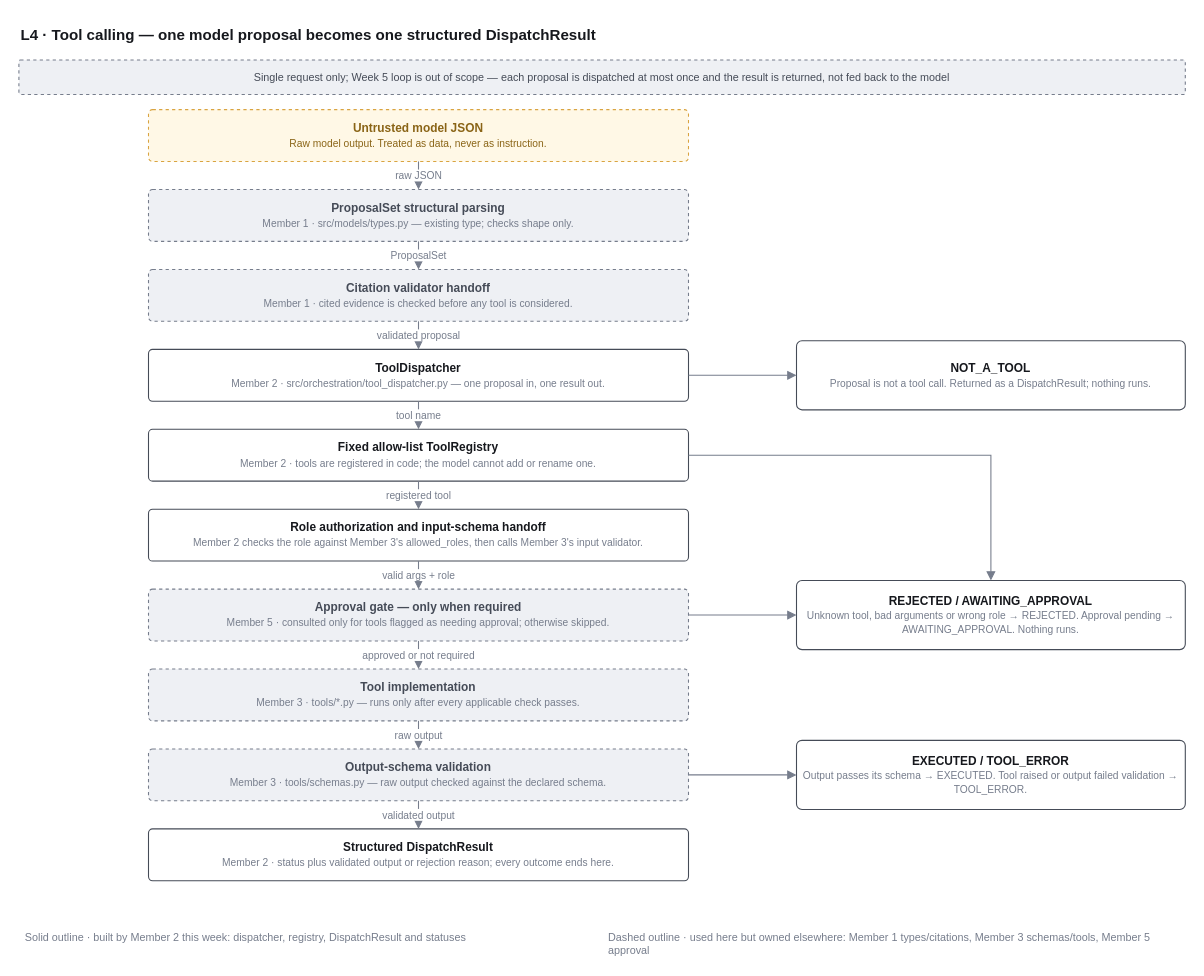
Above: page "L4 · Tool calling" (5 of 5) of docs/architecture/qa-agent-architecture (1).drawio in SelinaMasembe/Software-engineering-QA-agent (draw.io), before the change. Source tidied: cells renumbered, new cells numbered last; positions are measured from the earlier drawing's top-left corner, leaving out a move shared by most shapes. Both pictures are drawn from the tidied source at 108%, with x=0, y=0 at pixel (18, 18).
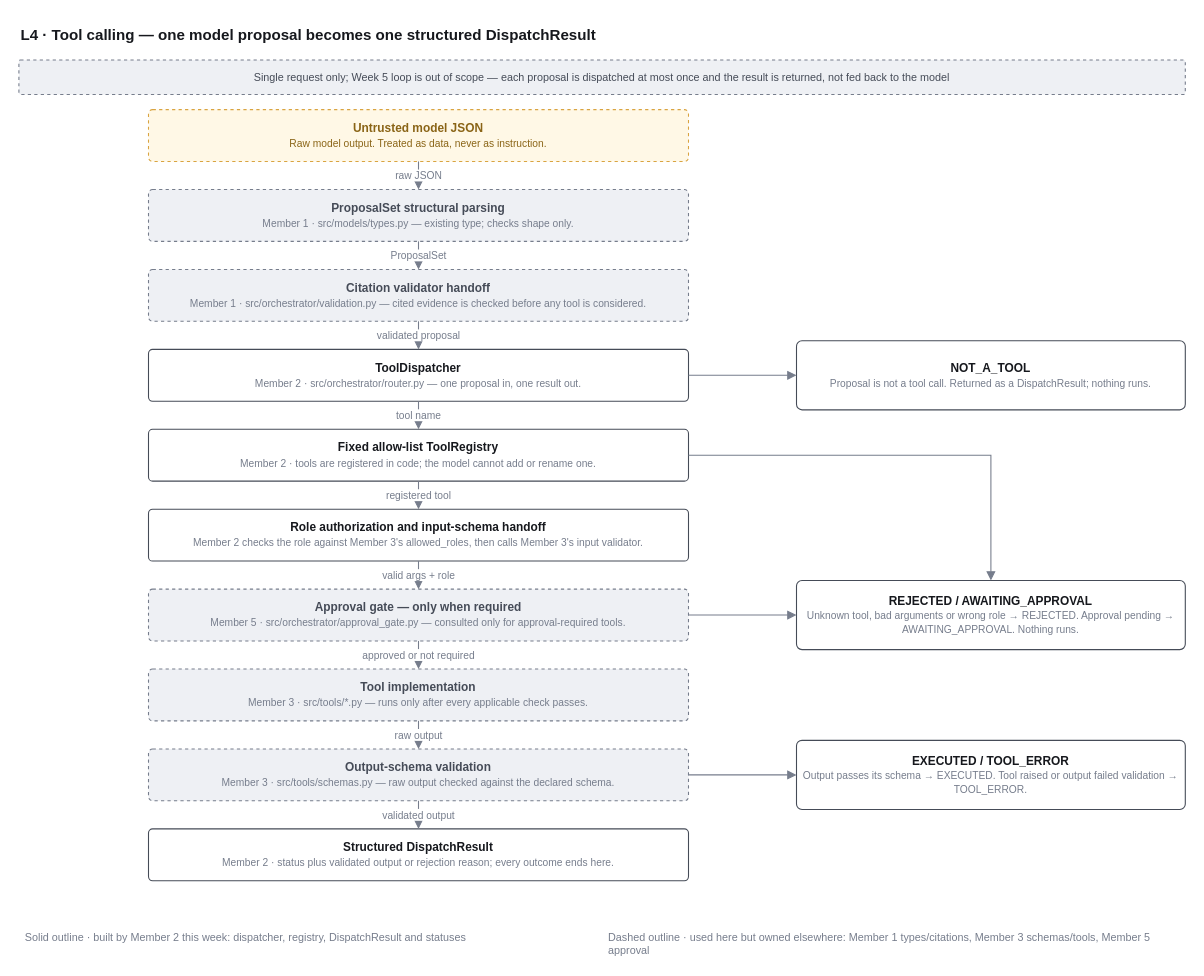
The same diagram, later.

Commit message (it also covers changes not shown here):
Align tool architecture with project structure

The edit, as a diff of the source:
```diff
@@
-    <mxCell id="6" value="&lt;b&gt;Citation validator handoff&lt;/b&gt;&lt;br&gt;&lt;font style=&quot;font-size:9.5px&quot; color=&quot;#767d8c&quot;&gt;Member 1 · cited evidence is checked before any tool is considered.&lt;/font&gt;" style="rounded=1;whiteSpace=wrap;html=1;arcSize=8;fontSize=11;align=center;verticalAlign=middle;spacing=4;fillColor=#eef0f4;strokeColor=#767d8c;dashed=1;fontColor=#454b57;" parent="1" vertex="1">
+    <mxCell id="6" value="&lt;b&gt;Citation validator handoff&lt;/b&gt;&lt;br&gt;&lt;font style=&quot;font-size:9.5px&quot; color=&quot;#767d8c&quot;&gt;Member 1 · src/orchestrator/validation.py — cited evidence is checked before any tool is considered.&lt;/font&gt;" style="rounded=1;whiteSpace=wrap;html=1;arcSize=8;fontSize=11;align=center;verticalAlign=middle;spacing=4;fillColor=#eef0f4;strokeColor=#767d8c;dashed=1;fontColor=#454b57;" parent="1" vertex="1">
       <mxGeometry x="120" y="232" width="500" height="48" as="geometry" />
     </mxCell>
-    <mxCell id="7" value="&lt;b&gt;ToolDispatcher&lt;/b&gt;&lt;br&gt;&lt;font style=&quot;font-size:9.5px&quot; color=&quot;#767d8c&quot;&gt;Member 2 · src/orchestration/tool_dispatcher.py — one proposal in, one result out.&lt;/font&gt;" style="rounded=1;whiteSpace=wrap;html=1;arcSize=8;fontSize=11;align=center;verticalAlign=middle;spacing=4;fillColor=#ffffff;strokeColor=#454b57;fontColor=#16181d;" parent="1" vertex="1">
+    <mxCell id="7" value="&lt;b&gt;ToolDispatcher&lt;/b&gt;&lt;br&gt;&lt;font style=&quot;font-size:9.5px&quot; color=&quot;#767d8c&quot;&gt;Member 2 · src/orchestrator/router.py — one proposal in, one result out.&lt;/font&gt;" style="rounded=1;whiteSpace=wrap;html=1;arcSize=8;fontSize=11;align=center;verticalAlign=middle;spacing=4;fillColor=#ffffff;strokeColor=#454b57;fontColor=#16181d;" parent="1" vertex="1">
       <mxGeometry x="120" y="306" width="500" height="48" as="geometry" />
     </mxCell>
@@
-    <mxCell id="10" value="&lt;b&gt;Approval gate — only when required&lt;/b&gt;&lt;br&gt;&lt;font style=&quot;font-size:9.5px&quot; color=&quot;#767d8c&quot;&gt;Member 5 · consulted only for tools flagged as needing approval; otherwise skipped.&lt;/font&gt;" style="rounded=1;whiteSpace=wrap;html=1;arcSize=8;fontSize=11;align=center;verticalAlign=middle;spacing=4;fillColor=#eef0f4;strokeColor=#767d8c;dashed=1;fontColor=#454b57;" parent="1" vertex="1">
+    <mxCell id="10" value="&lt;b&gt;Approval gate — only when required&lt;/b&gt;&lt;br&gt;&lt;font style=&quot;font-size:9.5px&quot; color=&quot;#767d8c&quot;&gt;Member 5 · src/orchestrator/approval_gate.py — consulted only for approval-required tools.&lt;/font&gt;" style="rounded=1;whiteSpace=wrap;html=1;arcSize=8;fontSize=11;align=center;verticalAlign=middle;spacing=4;fillColor=#eef0f4;strokeColor=#767d8c;dashed=1;fontColor=#454b57;" parent="1" vertex="1">
       <mxGeometry x="120" y="528" width="500" height="48" as="geometry" />
     </mxCell>
-    <mxCell id="11" value="&lt;b&gt;Tool implementation&lt;/b&gt;&lt;br&gt;&lt;font style=&quot;font-size:9.5px&quot; color=&quot;#767d8c&quot;&gt;Member 3 · tools/*.py — runs only after every applicable check passes.&lt;/font&gt;" style="rounded=1;whiteSpace=wrap;html=1;arcSize=8;fontSize=11;align=center;verticalAlign=middle;spacing=4;fillColor=#eef0f4;strokeColor=#767d8c;dashed=1;fontColor=#454b57;" parent="1" vertex="1">
+    <mxCell id="11" value="&lt;b&gt;Tool implementation&lt;/b&gt;&lt;br&gt;&lt;font style=&quot;font-size:9.5px&quot; color=&quot;#767d8c&quot;&gt;Member 3 · src/tools/*.py — runs only after every applicable check passes.&lt;/font&gt;" style="rounded=1;whiteSpace=wrap;html=1;arcSize=8;fontSize=11;align=center;verticalAlign=middle;spacing=4;fillColor=#eef0f4;strokeColor=#767d8c;dashed=1;fontColor=#454b57;" parent="1" vertex="1">
       <mxGeometry x="120" y="602" width="500" height="48" as="geometry" />
     </mxCell>
-    <mxCell id="12" value="&lt;b&gt;Output-schema validation&lt;/b&gt;&lt;br&gt;&lt;font style=&quot;font-size:9.5px&quot; color=&quot;#767d8c&quot;&gt;Member 3 · tools/schemas.py — raw output checked against the declared schema.&lt;/font&gt;" style="rounded=1;whiteSpace=wrap;html=1;arcSize=8;fontSize=11;align=center;verticalAlign=middle;spacing=4;fillColor=#eef0f4;strokeColor=#767d8c;dashed=1;fontColor=#454b57;" parent="1" vertex="1">
+    <mxCell id="12" value="&lt;b&gt;Output-schema validation&lt;/b&gt;&lt;br&gt;&lt;font style=&quot;font-size:9.5px&quot; color=&quot;#767d8c&quot;&gt;Member 3 · src/tools/schemas.py — raw output checked against the declared schema.&lt;/font&gt;" style="rounded=1;whiteSpace=wrap;html=1;arcSize=8;fontSize=11;align=center;verticalAlign=middle;spacing=4;fillColor=#eef0f4;strokeColor=#767d8c;dashed=1;fontColor=#454b57;" parent="1" vertex="1">
       <mxGeometry x="120" y="676" width="500" height="48" as="geometry" />
     </mxCell>
```
